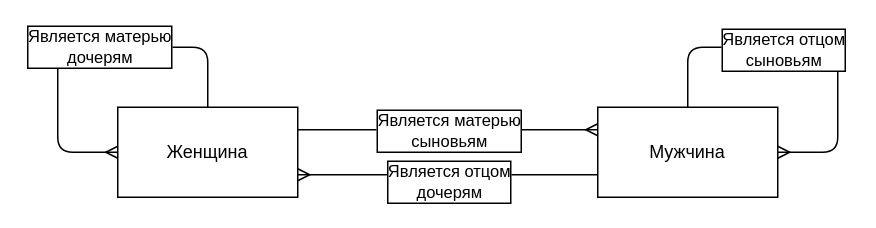
The draw.io diagram Practice 2/Belovitsky/drawio/Task2_3.drawio in vbelovitsky/BD_B2019_PING_8, before the edit. Source tidied: cells renumbered, new cells numbered last; positions are measured from the earlier drawing's top-left corner, leaving out a move shared by most shapes. Both pictures are drawn from the tidied source at 150%, with x=0, y=0 at pixel (57, 46).
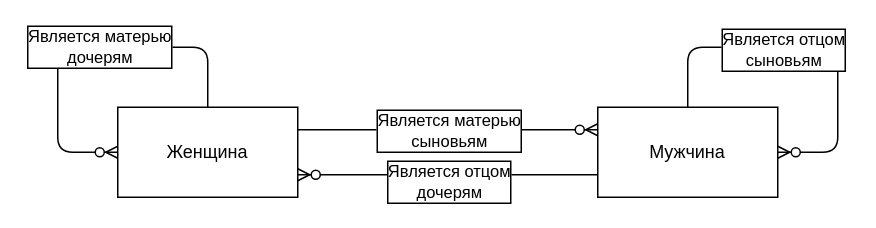
After the change.

Commit message (it also covers changes not shown here):
fix task 2.3: one to many optional

Change to the diagram source:
```diff
@@
 <mxGraphModel>
   <root>
     <mxCell id="0" />
     <mxCell id="1" parent="0" />
     <mxCell id="2" value="Женщина" style="whiteSpace=wrap;html=1;align=center;" parent="1" vertex="1">
       <mxGeometry x="40" y="40" width="120" height="60" as="geometry" />
     </mxCell>
     <mxCell id="3" value="Мужчина" style="whiteSpace=wrap;html=1;align=center;" parent="1" vertex="1">
       <mxGeometry x="360" y="40" width="120" height="60" as="geometry" />
     </mxCell>
-    <mxCell id="4" style="endArrow=ERmany;html=1;entryX=0;entryY=0.25;entryDx=0;entryDy=0;endFill=0;exitX=1;exitY=0.25;exitDx=0;exitDy=0;" parent="1" edge="1" source="2" target="3">
+    <mxCell id="4" style="endArrow=ERzeroToMany;html=1;entryX=0;entryY=0.25;entryDx=0;entryDy=0;endFill=1;exitX=1;exitY=0.25;exitDx=0;exitDy=0;" parent="1" edge="1" source="2" target="3">
       <mxGeometry relative="1" as="geometry" />
     </mxCell>
     <mxCell id="5" value="Является матерью&lt;br&gt;сыновьям" style="edgeLabel;html=1;align=center;verticalAlign=middle;labelBorderColor=#000000;" parent="4" vertex="1">
       <mxGeometry x="0.31" y="2" relative="1" as="geometry">
         <mxPoint x="-31" y="2" as="offset" />
       </mxGeometry>
     </mxCell>
-    <mxCell id="6" style="endArrow=ERmany;html=1;exitX=0.5;exitY=0;exitDx=0;exitDy=0;entryX=0;entryY=0.5;entryDx=0;entryDy=0;endFill=0;" parent="1" edge="1" source="2" target="2">
+    <mxCell id="6" style="endArrow=ERzeroToMany;html=1;exitX=0.5;exitY=0;exitDx=0;exitDy=0;entryX=0;entryY=0.5;entryDx=0;entryDy=0;endFill=1;" parent="1" edge="1" source="2" target="2">
       <mxGeometry relative="1" as="geometry">
         <Array as="points">
           <mxPoint x="100" />
           <mxPoint />
           <mxPoint y="70" />
         </Array>
       </mxGeometry>
     </mxCell>
     <mxCell id="7" value="Является матерью&lt;br&gt;дочерям" style="edgeLabel;html=1;align=center;verticalAlign=middle;labelBorderColor=#000000;" parent="6" vertex="1">
       <mxGeometry x="-0.15" y="-1" relative="1" as="geometry">
         <mxPoint x="-7" as="offset" />
       </mxGeometry>
     </mxCell>
-    <mxCell id="8" style="endArrow=ERmany;html=1;exitX=0.5;exitY=0;exitDx=0;exitDy=0;entryX=1;entryY=0.5;entryDx=0;entryDy=0;endFill=0;" parent="1" edge="1" source="3" target="3">
+    <mxCell id="8" style="endArrow=ERzeroToMany;html=1;exitX=0.5;exitY=0;exitDx=0;exitDy=0;entryX=1;entryY=0.5;entryDx=0;entryDy=0;endFill=1;" parent="1" edge="1" source="3" target="3">
       <mxGeometry relative="1" as="geometry">
         <Array as="points">
           <mxPoint x="420" />
           <mxPoint x="520" />
           <mxPoint x="520" y="70" />
         </Array>
       </mxGeometry>
     </mxCell>
     <mxCell id="9" value="Является отцом&lt;br&gt;сыновьям" style="edgeLabel;html=1;align=center;verticalAlign=middle;labelBorderColor=#000000;" parent="8" vertex="1">
       <mxGeometry x="-0.35" y="-1" relative="1" as="geometry">
         <mxPoint x="22" as="offset" />
       </mxGeometry>
     </mxCell>
-    <mxCell id="10" style="endArrow=ERmany;html=1;entryX=1;entryY=0.75;entryDx=0;entryDy=0;endFill=0;exitX=0;exitY=0.75;exitDx=0;exitDy=0;" parent="1" edge="1" source="3" target="2">
+    <mxCell id="10" style="endArrow=ERzeroToMany;html=1;entryX=1;entryY=0.75;entryDx=0;entryDy=0;endFill=1;exitX=0;exitY=0.75;exitDx=0;exitDy=0;" parent="1" edge="1" source="3" target="2">
       <mxGeometry relative="1" as="geometry" />
     </mxCell>
     <mxCell id="11" value="Является отцом&lt;br&gt;дочерям" style="edgeLabel;html=1;align=center;verticalAlign=middle;labelBorderColor=#000000;" parent="10" vertex="1">
       <mxGeometry x="0.31" y="2" relative="1" as="geometry">
         <mxPoint x="31" y="2" as="offset" />
       </mxGeometry>
     </mxCell>
   </root>
 </mxGraphModel>
```
